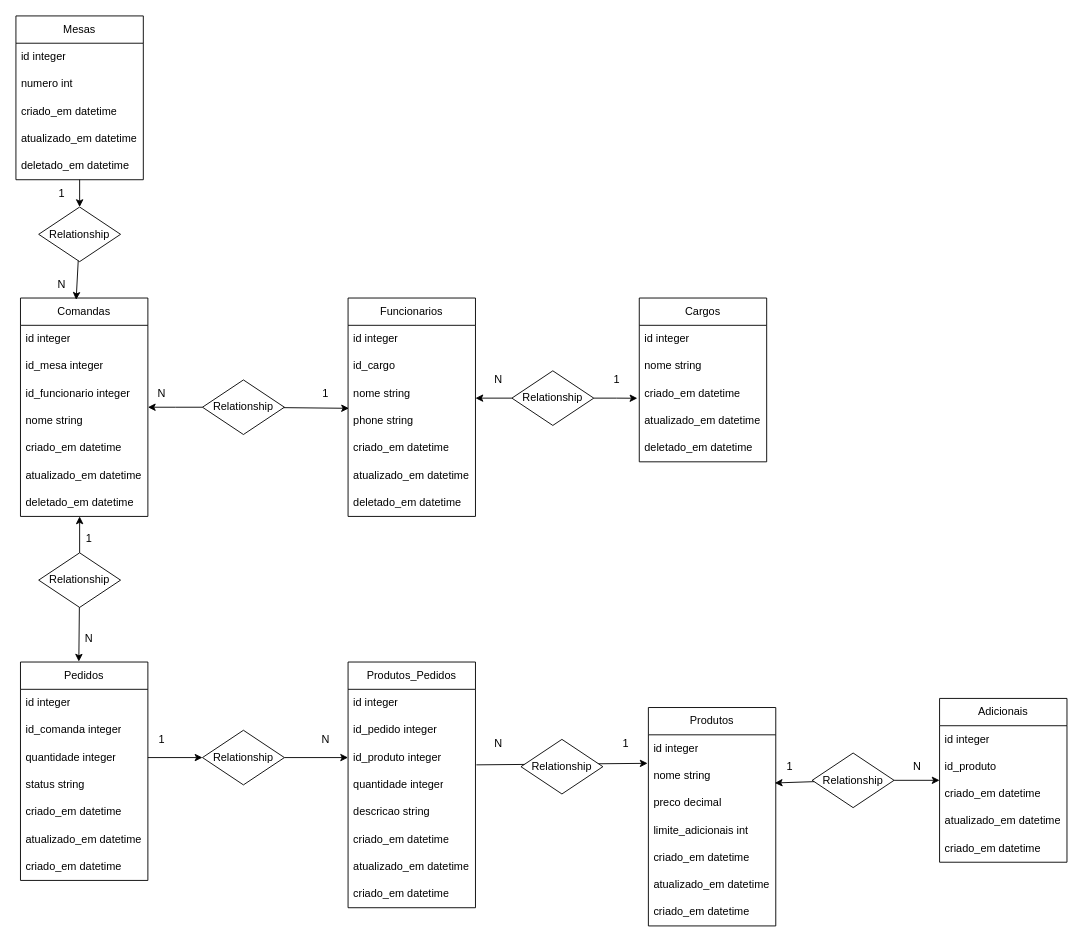
The draw.io diagram 2ª Período/ENGENHARIA DE SOFTWARE I/der.drawio in victorvcruz/ifg, before the edit. Source tidied: cells renumbered, new cells numbered last; positions are measured from the earlier drawing's top-left corner, leaving out a move shared by most shapes. Both pictures are drawn from the tidied source at 91%, with x=0, y=0 at pixel (15, 15).
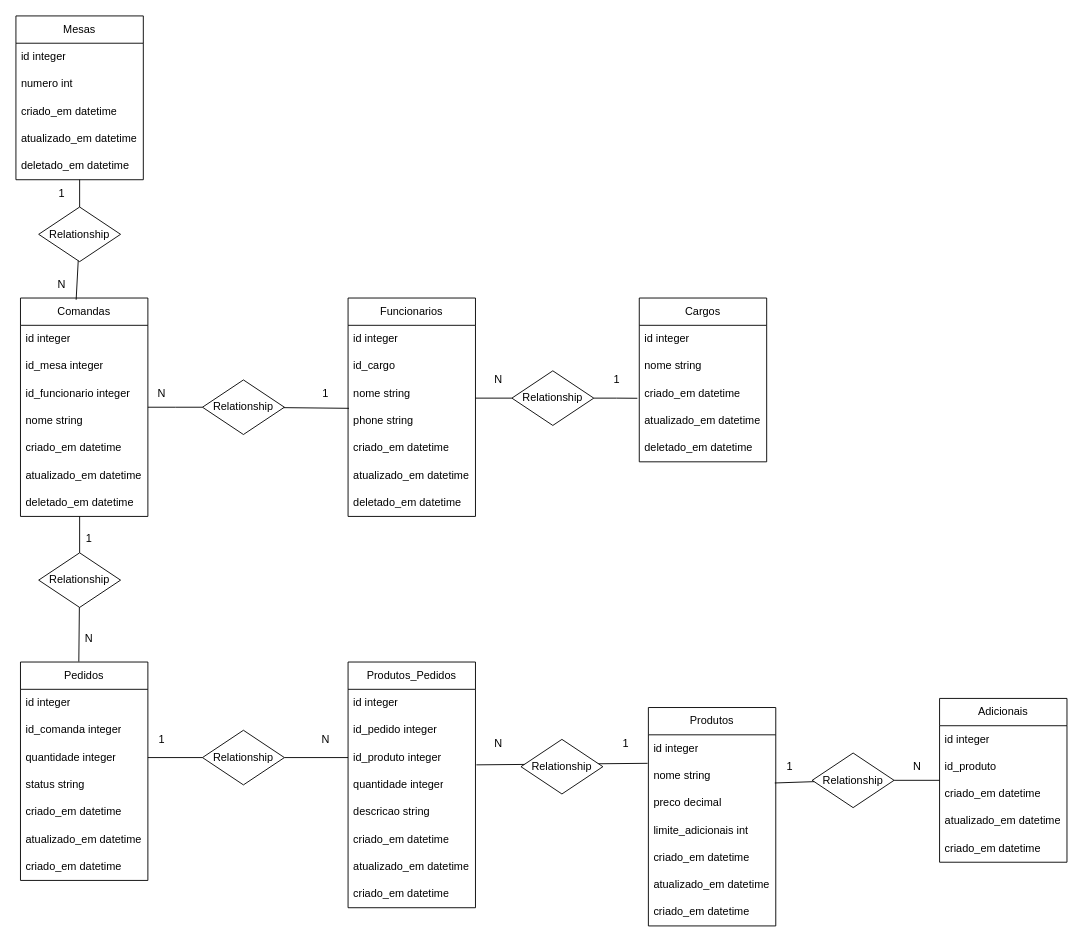
After the change.

Unchanged cells that the change refers to:
```xml
<mxCell id="2" value="Comandas" style="swimlane;fontStyle=0;horizontal=1;startSize=30;whiteSpace=wrap;html=1;" parent="1" vertex="1">
  <mxGeometry x="5" y="310" width="140" height="240" as="geometry" />
</mxCell>
<mxCell id="10" value="Relationship" style="shape=rhombus;perimeter=rhombusPerimeter;whiteSpace=wrap;html=1;align=center;" parent="1" vertex="1">
  <mxGeometry x="205" y="400" width="90" height="60" as="geometry" />
</mxCell>
<mxCell id="15" value="phone string" style="text;strokeColor=none;fillColor=none;align=left;verticalAlign=middle;spacingLeft=4;spacingRight=4;overflow=hidden;points=[[0,0.5],[1,0.5]];portConstraint=eastwest;whiteSpace=wrap;html=1;" parent="11" vertex="1">
  <mxGeometry y="120" width="140" height="30" as="geometry" />
</mxCell>
<mxCell id="25" value="nome string" style="text;strokeColor=none;fillColor=none;align=left;verticalAlign=middle;spacingLeft=4;spacingRight=4;overflow=hidden;points=[[0,0.5],[1,0.5]];portConstraint=eastwest;whiteSpace=wrap;html=1;" parent="23" vertex="1">
  <mxGeometry y="60" width="140" height="30" as="geometry" />
</mxCell>
<mxCell id="34" value="criado_em datetime" style="text;strokeColor=none;fillColor=none;align=left;verticalAlign=middle;spacingLeft=4;spacingRight=4;overflow=hidden;points=[[0,0.5],[1,0.5]];portConstraint=eastwest;whiteSpace=wrap;html=1;" parent="31" vertex="1">
  <mxGeometry y="90" width="140" height="30" as="geometry" />
</mxCell>
<mxCell id="38" value="Relationship" style="shape=rhombus;perimeter=rhombusPerimeter;whiteSpace=wrap;html=1;align=center;" parent="1" vertex="1">
  <mxGeometry x="545" y="390" width="90" height="60" as="geometry" />
</mxCell>
<mxCell id="42" value="Pedidos" style="swimlane;fontStyle=0;horizontal=1;startSize=30;whiteSpace=wrap;html=1;" parent="1" vertex="1">
  <mxGeometry x="5" y="710" width="140" height="240" as="geometry" />
</mxCell>
<mxCell id="45" value="quantidade integer" style="text;strokeColor=none;fillColor=none;align=left;verticalAlign=middle;spacingLeft=4;spacingRight=4;overflow=hidden;points=[[0,0.5],[1,0.5]];portConstraint=eastwest;whiteSpace=wrap;html=1;" parent="42" vertex="1">
  <mxGeometry y="90" width="140" height="30" as="geometry" />
</mxCell>
<mxCell id="55" value="deletado_em datetime" style="text;strokeColor=none;fillColor=none;align=left;verticalAlign=middle;spacingLeft=4;spacingRight=4;overflow=hidden;points=[[0,0.5],[1,0.5]];portConstraint=eastwest;whiteSpace=wrap;html=1;" parent="50" vertex="1">
  <mxGeometry y="150" width="140" height="30" as="geometry" />
</mxCell>
<mxCell id="56" value="Relationship" style="shape=rhombus;perimeter=rhombusPerimeter;whiteSpace=wrap;html=1;align=center;" parent="1" vertex="1">
  <mxGeometry x="25" y="590" width="90" height="60" as="geometry" />
</mxCell>
<mxCell id="65" value="criado_em datetime" style="text;strokeColor=none;fillColor=none;align=left;verticalAlign=middle;spacingLeft=4;spacingRight=4;overflow=hidden;points=[[0,0.5],[1,0.5]];portConstraint=eastwest;whiteSpace=wrap;html=1;" parent="62" vertex="1">
  <mxGeometry y="90" width="140" height="30" as="geometry" />
</mxCell>
<mxCell id="71" value="id_produto integer" style="text;strokeColor=none;fillColor=none;align=left;verticalAlign=middle;spacingLeft=4;spacingRight=4;overflow=hidden;points=[[0,0.5],[1,0.5]];portConstraint=eastwest;whiteSpace=wrap;html=1;" parent="68" vertex="1">
  <mxGeometry y="90" width="140" height="30" as="geometry" />
</mxCell>
<mxCell id="77" value="Relationship" style="shape=rhombus;perimeter=rhombusPerimeter;whiteSpace=wrap;html=1;align=center;" parent="1" vertex="1">
  <mxGeometry x="875" y="810" width="90" height="60" as="geometry" />
</mxCell>
<mxCell id="80" value="1" style="text;html=1;align=center;verticalAlign=middle;points=[];strokeColor=none;fillColor=none;" parent="1" vertex="1">
  <mxGeometry x="835" y="810" width="30" height="30" as="geometry" />
</mxCell>
<mxCell id="85" value="Relationship" style="shape=rhombus;perimeter=rhombusPerimeter;whiteSpace=wrap;html=1;align=center;" parent="1" vertex="1">
  <mxGeometry x="205" y="785" width="90" height="60" as="geometry" />
</mxCell>
<mxCell id="90" value="Relationship" style="shape=rhombus;perimeter=rhombusPerimeter;whiteSpace=wrap;html=1;align=center;" parent="1" vertex="1">
  <mxGeometry x="25" y="210" width="90" height="60" as="geometry" />
</mxCell>
```

The edit, as a diff of the source:
```diff
@@
-    <mxCell id="19" style="edgeStyle=orthogonalEdgeStyle;rounded=0;jettySize=auto;html=1;" parent="1" edge="1" source="10">
+    <mxCell id="19" style="edgeStyle=orthogonalEdgeStyle;rounded=0;jettySize=auto;html=1;endArrow=none;endFill=0;" parent="1" edge="1" source="10">
       <mxGeometry relative="1" as="geometry">
         <mxPoint x="145" y="430" as="targetPoint" />
       </mxGeometry>
     </mxCell>
-    <mxCell id="20" style="rounded=0;jettySize=auto;html=1;entryX=0.007;entryY=0.04;entryDx=0;entryDy=0;entryPerimeter=0;" parent="1" edge="1" source="10" target="15">
+    <mxCell id="20" style="rounded=0;jettySize=auto;html=1;entryX=0.007;entryY=0.04;entryDx=0;entryDy=0;entryPerimeter=0;endArrow=none;endFill=0;" parent="1" edge="1" source="10" target="15">
       <mxGeometry relative="1" as="geometry" />
     </mxCell>
@@
-    <mxCell id="37" style="rounded=0;jettySize=auto;html=1;" parent="1" edge="1" source="38">
+    <mxCell id="37" style="rounded=0;jettySize=auto;html=1;endArrow=none;endFill=0;" parent="1" edge="1" source="38">
       <mxGeometry relative="1" as="geometry">
         <mxPoint x="505" y="420" as="targetPoint" />
       </mxGeometry>
     </mxCell>
@@
-    <mxCell id="39" style="edgeStyle=orthogonalEdgeStyle;rounded=0;jettySize=auto;html=1;entryX=-0.015;entryY=0.672;entryDx=0;entryDy=0;entryPerimeter=0;" parent="1" edge="1" source="38" target="34">
+    <mxCell id="39" style="edgeStyle=orthogonalEdgeStyle;rounded=0;jettySize=auto;html=1;entryX=-0.015;entryY=0.672;entryDx=0;entryDy=0;entryPerimeter=0;endArrow=none;endFill=0;" parent="1" edge="1" source="38" target="34">
       <mxGeometry relative="1" as="geometry" />
     </mxCell>
@@
-    <mxCell id="57" style="rounded=0;jettySize=auto;html=1;" parent="1" edge="1" source="56">
+    <mxCell id="57" style="rounded=0;jettySize=auto;html=1;endArrow=none;endFill=0;" parent="1" edge="1" source="56">
       <mxGeometry relative="1" as="geometry">
         <mxPoint x="70" y="550" as="targetPoint" />
       </mxGeometry>
     </mxCell>
-    <mxCell id="58" style="rounded=0;jettySize=auto;html=1;entryX=0.458;entryY=-0.002;entryDx=0;entryDy=0;entryPerimeter=0;" parent="1" edge="1" source="56" target="42">
+    <mxCell id="58" style="rounded=0;jettySize=auto;html=1;entryX=0.458;entryY=-0.002;entryDx=0;entryDy=0;entryPerimeter=0;endArrow=none;endFill=0;" parent="1" edge="1" source="56" target="42">
       <mxGeometry relative="1" as="geometry" />
     </mxCell>
@@
-    <mxCell id="61" style="rounded=0;jettySize=auto;html=1;entryX=-0.006;entryY=0.044;entryDx=0;entryDy=0;entryPerimeter=0;" parent="1" edge="1" target="25">
+    <mxCell id="61" style="rounded=0;jettySize=auto;html=1;entryX=-0.006;entryY=0.044;entryDx=0;entryDy=0;entryPerimeter=0;endArrow=none;endFill=0;" parent="1" edge="1" target="25">
       <mxGeometry relative="1" as="geometry">
         <mxPoint x="506" y="823" as="sourcePoint" />
       </mxGeometry>
     </mxCell>
@@
-    <mxCell id="78" style="rounded=0;jettySize=auto;html=1;entryX=0;entryY=0;entryDx=0;entryDy=0;entryPerimeter=0;" parent="1" edge="1" source="77" target="65">
+    <mxCell id="78" style="rounded=0;jettySize=auto;html=1;entryX=0;entryY=0;entryDx=0;entryDy=0;entryPerimeter=0;endArrow=none;endFill=0;" parent="1" edge="1" source="77" target="65">
       <mxGeometry relative="1" as="geometry" />
     </mxCell>
@@
-    <mxCell id="81" style="rounded=0;jettySize=auto;html=1;entryX=-0.036;entryY=1.097;entryDx=0;entryDy=0;entryPerimeter=0;" parent="1" edge="1" source="77" target="80">
+    <mxCell id="81" style="rounded=0;jettySize=auto;html=1;entryX=-0.036;entryY=1.097;entryDx=0;entryDy=0;entryPerimeter=0;endArrow=none;endFill=0;" parent="1" edge="1" source="77" target="80">
       <mxGeometry relative="1" as="geometry" />
     </mxCell>
@@
-    <mxCell id="84" style="edgeStyle=orthogonalEdgeStyle;rounded=0;jettySize=auto;html=1;entryX=0;entryY=0.5;entryDx=0;entryDy=0;" parent="1" edge="1" source="85" target="71">
+    <mxCell id="84" style="edgeStyle=orthogonalEdgeStyle;rounded=0;jettySize=auto;html=1;entryX=0;entryY=0.5;entryDx=0;entryDy=0;endArrow=none;endFill=0;" parent="1" edge="1" source="85" target="71">
       <mxGeometry relative="1" as="geometry" />
     </mxCell>
@@
-    <mxCell id="86" style="edgeStyle=orthogonalEdgeStyle;rounded=0;jettySize=auto;html=1;entryX=0;entryY=0.5;entryDx=0;entryDy=0;" parent="1" edge="1" source="45" target="85">
+    <mxCell id="86" style="edgeStyle=orthogonalEdgeStyle;rounded=0;jettySize=auto;html=1;entryX=0;entryY=0.5;entryDx=0;entryDy=0;endArrow=none;endFill=0;" parent="1" edge="1" source="45" target="85">
       <mxGeometry relative="1" as="geometry" />
     </mxCell>
@@
-    <mxCell id="91" style="rounded=0;jettySize=auto;html=1;entryX=0.437;entryY=0.008;entryDx=0;entryDy=0;entryPerimeter=0;" parent="1" edge="1" source="90" target="2">
+    <mxCell id="91" style="rounded=0;jettySize=auto;html=1;entryX=0.437;entryY=0.008;entryDx=0;entryDy=0;entryPerimeter=0;endArrow=none;endFill=0;" parent="1" edge="1" source="90" target="2">
       <mxGeometry relative="1" as="geometry" />
     </mxCell>
-    <mxCell id="92" style="endArrow=classic;html=1;rounded=0;entryX=0.5;entryY=0;entryDx=0;entryDy=0;" parent="1" edge="1" source="55" target="90">
+    <mxCell id="92" style="endArrow=none;html=1;rounded=0;entryX=0.5;entryY=0;entryDx=0;entryDy=0;endFill=0;" parent="1" edge="1" source="55" target="90">
       <mxGeometry relative="1" as="geometry" />
     </mxCell>
```
